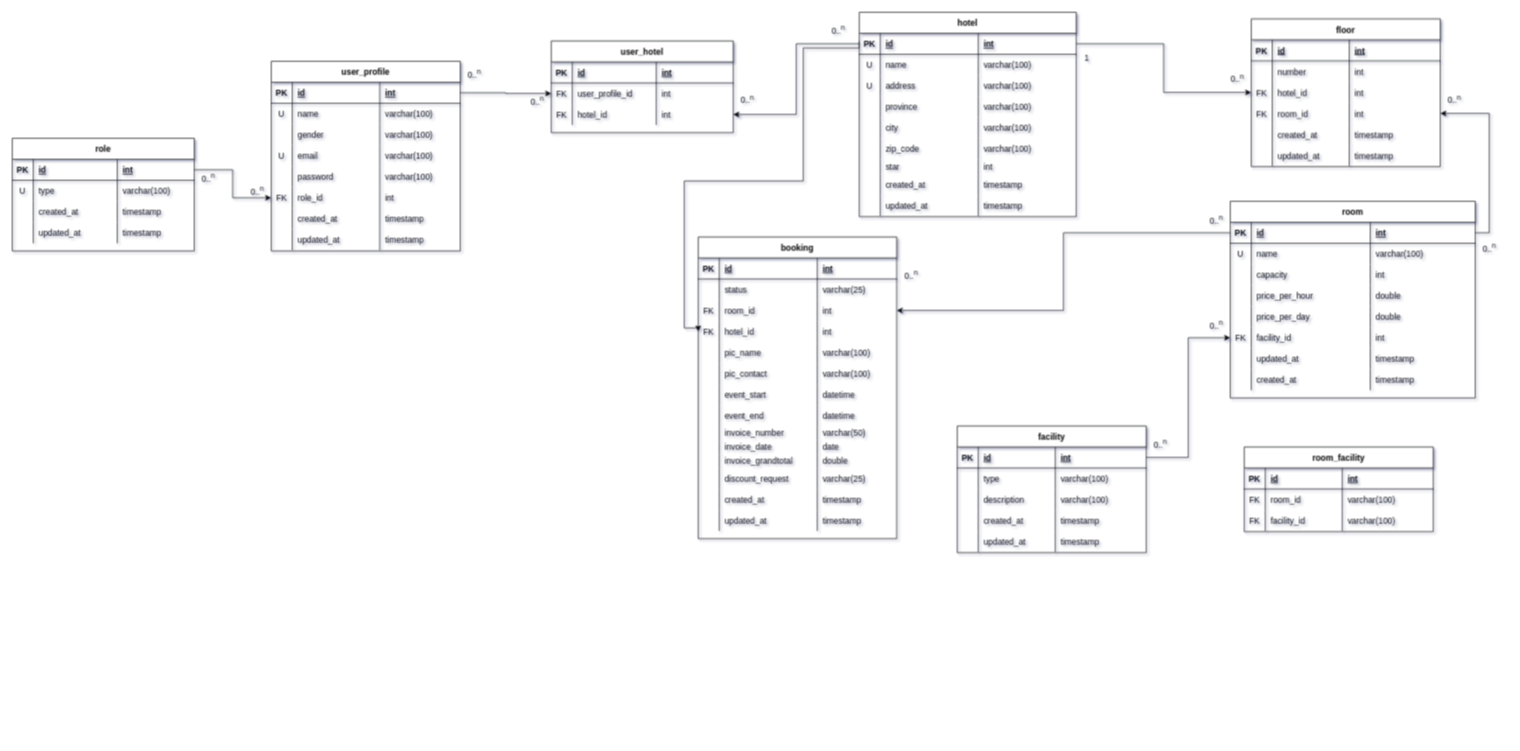
This is page "NEW ERD Master" (4 of 4) of entity_relationship_diagram/Booking_hotel.drawio from ariejanuarb/hotel_booking, a draw.io file, before an edit. Source tidied: cells renumbered, new cells numbered last; positions are measured from the earlier drawing's top-left corner, leaving out a move shared by most shapes. Both pictures are drawn from the tidied source at 70%, with x=0, y=0 at pixel (12, 12).
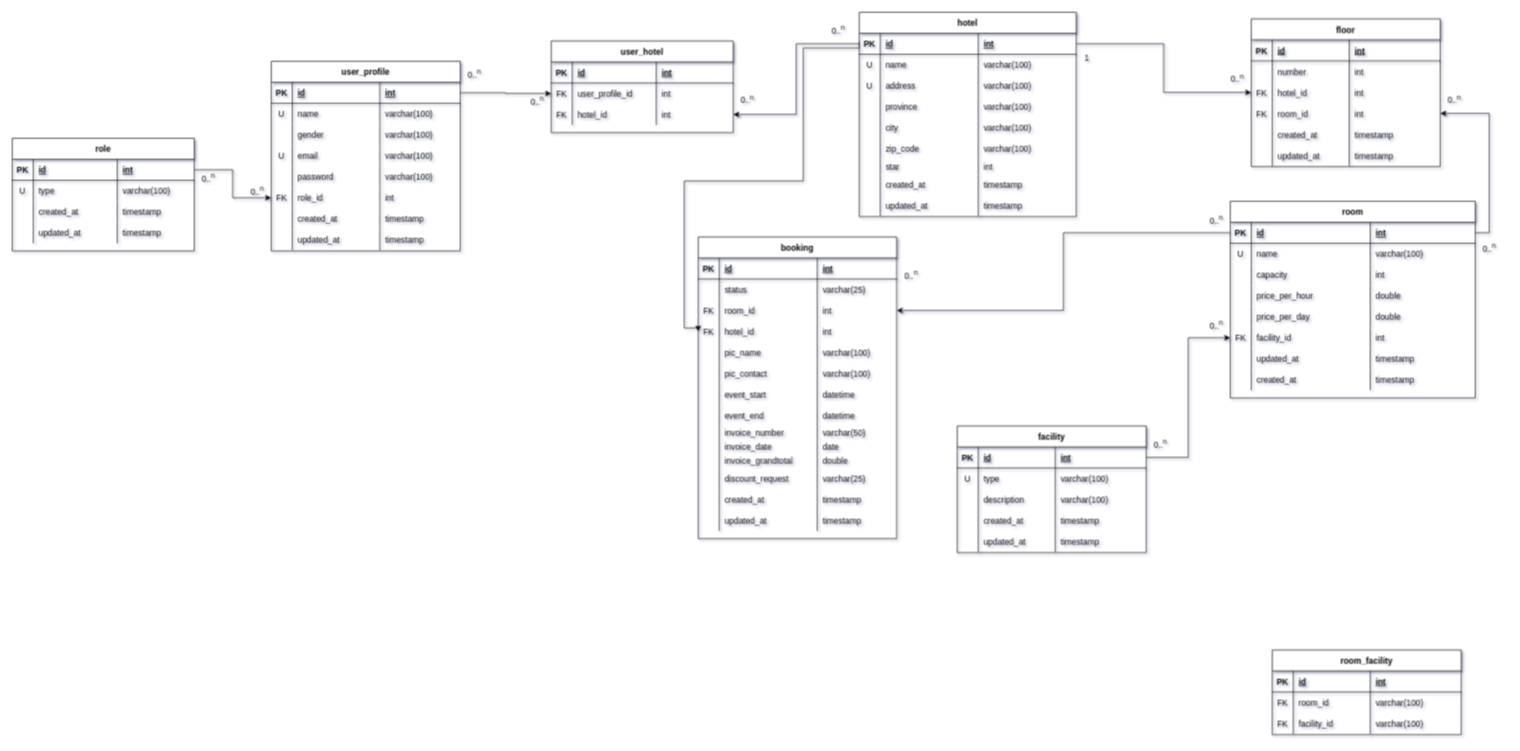
After the change.

The change refers to these unchanged cells:
```xml
<mxCell id="214" style="shape=partialRectangle;fillColor=none;top=0;left=0;right=0;bottom=0;" parent="209" vertex="1">
  <mxGeometry y="60" width="270" height="30" as="geometry" />
</mxCell>
```

What changed in the source:
```diff
@@
-    <mxCell id="215" style="shape=partialRectangle;overflow=hidden;fillColor=none;top=0;left=0;bottom=0;right=0;" parent="214" vertex="1">
+    <mxCell id="215" value="U" style="shape=partialRectangle;overflow=hidden;fillColor=none;top=0;left=0;bottom=0;right=0;" parent="214" vertex="1">
       <mxGeometry width="30" height="30" as="geometry" />
     </mxCell>
@@
     <mxCell id="234" value="room_facility" style="shape=table;startSize=30;childLayout=tableLayout;rowLines=0;fontStyle=1;align=center;" parent="1" vertex="1">
-      <mxGeometry x="1760" y="621" width="270" height="121" as="geometry" />
+      <mxGeometry x="1800" y="911" width="270" height="121" as="geometry" />
     </mxCell>
```
